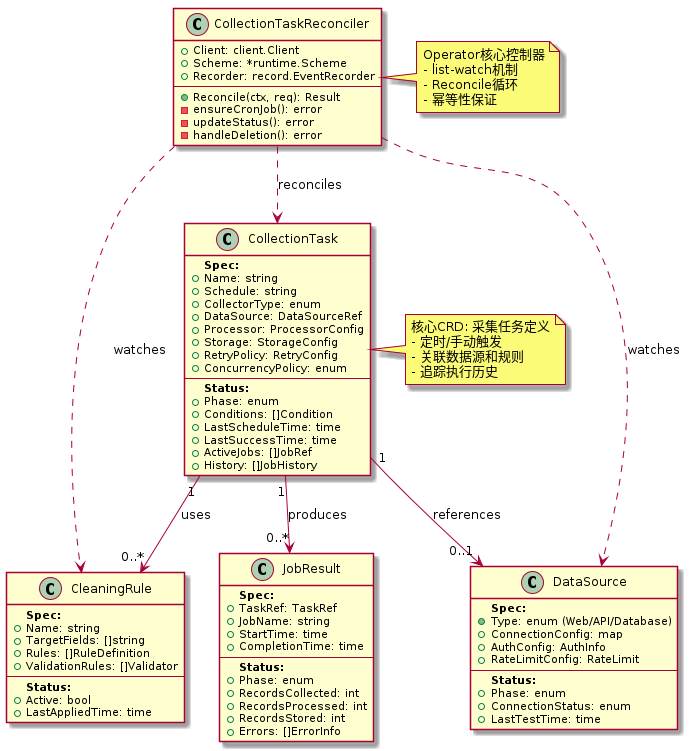
deepservice/DataFusion keeps this PlantUML diagram as design/diagrams/k8s_operator_class_diagram.png. Above is the earlier version.
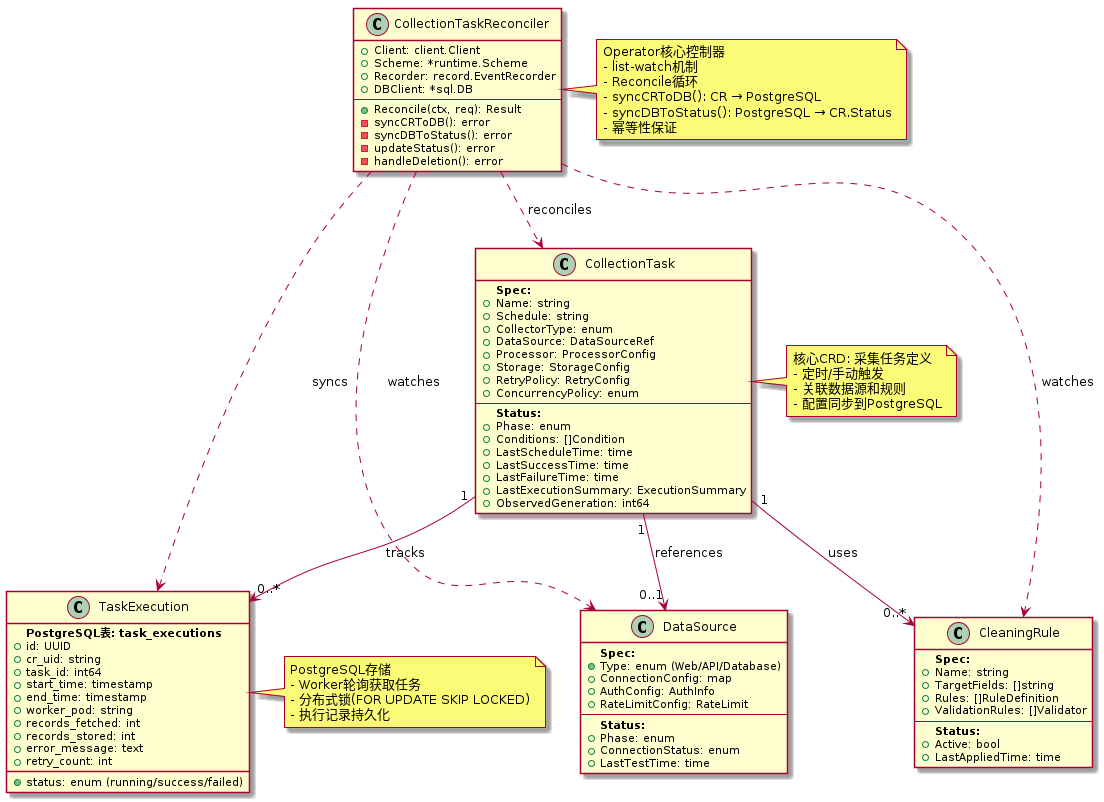
After the commit.

What changed in the source:
```diff
@@ -16,8 +16,9 @@
   + Conditions: []Condition
   + LastScheduleTime: time
   + LastSuccessTime: time
-  + ActiveJobs: []JobRef
-  + History: []JobHistory
+  + LastFailureTime: time
+  + LastExecutionSummary: ExecutionSummary
+  + ObservedGeneration: int64
 }
 
 class DataSource {
@@ -45,52 +46,64 @@
   + LastAppliedTime: time
 }
 
-class JobResult {
-  **Spec:**
-  + TaskRef: TaskRef
-  + JobName: string
-  + StartTime: time
-  + CompletionTime: time
-  --
-  **Status:**
-  + Phase: enum
-  + RecordsCollected: int
-  + RecordsProcessed: int
-  + RecordsStored: int
-  + Errors: []ErrorInfo
+class TaskExecution {
+  **PostgreSQL表: task_executions**
+  + id: UUID
+  + cr_uid: string
+  + task_id: int64
+  + status: enum (running/success/failed)
+  + start_time: timestamp
+  + end_time: timestamp
+  + worker_pod: string
+  + records_fetched: int
+  + records_stored: int
+  + error_message: text
+  + retry_count: int
 }
 
 class CollectionTaskReconciler {
   + Client: client.Client
   + Scheme: *runtime.Scheme
   + Recorder: record.EventRecorder
+  + DBClient: *sql.DB
   --
   + Reconcile(ctx, req): Result
-  - ensureCronJob(): error
+  - syncCRToDB(): error
+  - syncDBToStatus(): error
   - updateStatus(): error
   - handleDeletion(): error
 }
 
 CollectionTask "1" --> "0..1" DataSource : references
 CollectionTask "1" --> "0..*" CleaningRule : uses
-CollectionTask "1" --> "0..*" JobResult : produces
+CollectionTask "1" --> "0..*" TaskExecution : tracks
 
 CollectionTaskReconciler ..> CollectionTask : reconciles
 CollectionTaskReconciler ..> DataSource : watches
 CollectionTaskReconciler ..> CleaningRule : watches
+CollectionTaskReconciler ..> TaskExecution : syncs
 
 note right of CollectionTask
   核心CRD: 采集任务定义
   - 定时/手动触发
   - 关联数据源和规则
-  - 追踪执行历史
+  - 配置同步到PostgreSQL
 end note
 
 note right of CollectionTaskReconciler
   Operator核心控制器
   - list-watch机制
   - Reconcile循环
+  - syncCRToDB(): CR → PostgreSQL
+  - syncDBToStatus(): PostgreSQL → CR.Status
   - 幂等性保证
 end note
 
+note right of TaskExecution
+  PostgreSQL存储
+  - Worker轮询获取任务
+  - 分布式锁(FOR UPDATE SKIP LOCKED)
+  - 执行记录持久化
+end note
+
 @enduml
```
